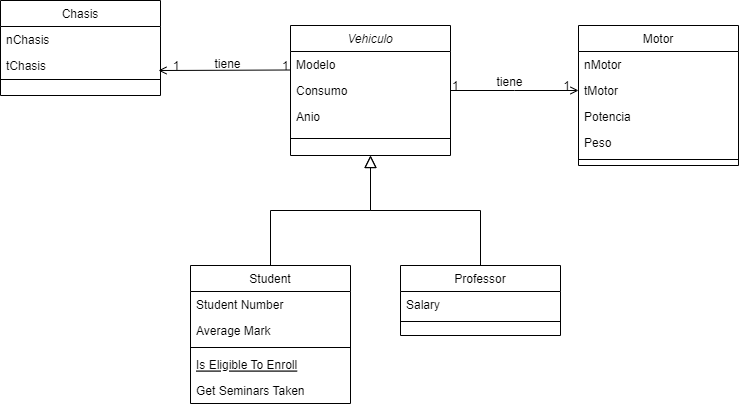
Above: workshop-1/Diagrama de Clase: workshop-1.drawio.png in He1JM/ModelosI2024-1Talleres (draw.io), before the change. Source tidied: cells renumbered, new cells last; positions are measured from the earlier drawing's top-left corner, leaving out a move shared by most shapes.
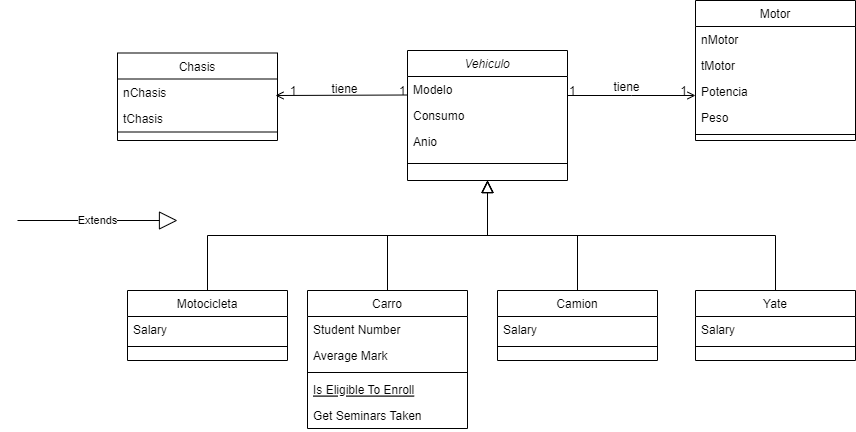
Later version of the same file.

The edit, as a diff of the source:
```diff
@@ -17,7 +17,7 @@
     <mxCell id="6" style="line;html=1;strokeWidth=1;align=left;verticalAlign=middle;spacingTop=-1;spacingLeft=3;spacingRight=3;labelPosition=right;" parent="2" vertex="1">
       <mxGeometry y="104" width="160" height="18" as="geometry" />
     </mxCell>
-    <mxCell id="7" value="Student" style="swimlane;fontStyle=0;align=center;verticalAlign=top;horizontal=1;startSize=26;rounded=0;shadow=0;strokeWidth=1;" parent="1" vertex="1">
+    <mxCell id="7" value="Carro" style="swimlane;fontStyle=0;align=center;verticalAlign=top;horizontal=1;startSize=26;rounded=0;shadow=0;strokeWidth=1;" parent="1" vertex="1">
       <mxGeometry x="190" y="265" width="160" height="138" as="geometry" />
     </mxCell>
     <mxCell id="8" value="Student Number" style="text;align=left;verticalAlign=top;spacingLeft=4;spacingRight=4;overflow=hidden;" parent="7" vertex="1">
@@ -38,8 +38,8 @@
     <mxCell id="13" style="endArrow=block;endSize=10;endFill=0;shadow=0;strokeWidth=1;rounded=0;curved=0;edgeStyle=elbowEdgeStyle;elbow=vertical;" parent="1" edge="1" source="7" target="2">
       <mxGeometry relative="1" as="geometry" />
     </mxCell>
-    <mxCell id="14" value="Professor" style="swimlane;fontStyle=0;align=center;verticalAlign=top;horizontal=1;startSize=26;rounded=0;shadow=0;strokeWidth=1;" parent="1" vertex="1">
-      <mxGeometry x="400" y="265" width="160" height="70" as="geometry" />
+    <mxCell id="14" value="Camion" style="swimlane;fontStyle=0;align=center;verticalAlign=top;horizontal=1;startSize=26;rounded=0;shadow=0;strokeWidth=1;" parent="1" vertex="1">
+      <mxGeometry x="380" y="265" width="160" height="70" as="geometry" />
     </mxCell>
     <mxCell id="15" value="Salary" style="text;align=left;verticalAlign=top;spacingLeft=4;spacingRight=4;overflow=hidden;" parent="14" vertex="1">
       <mxGeometry y="26" width="160" height="26" as="geometry" />
@@ -47,11 +47,8 @@
     <mxCell id="16" style="line;html=1;strokeWidth=1;align=left;verticalAlign=middle;spacingTop=-1;spacingLeft=3;spacingRight=3;labelPosition=right;" parent="14" vertex="1">
       <mxGeometry y="52" width="160" height="8" as="geometry" />
     </mxCell>
-    <mxCell id="17" style="endArrow=block;endSize=10;endFill=0;shadow=0;strokeWidth=1;rounded=0;curved=0;edgeStyle=elbowEdgeStyle;elbow=vertical;" parent="1" edge="1" source="14" target="2">
-      <mxGeometry relative="1" as="geometry" />
-    </mxCell>
     <mxCell id="18" value="Motor" style="swimlane;fontStyle=0;align=center;verticalAlign=top;horizontal=1;startSize=26;rounded=0;shadow=0;strokeWidth=1;" parent="1" vertex="1">
-      <mxGeometry x="578" y="25" width="160" height="140" as="geometry" />
+      <mxGeometry x="578" y="-25" width="160" height="140" as="geometry" />
     </mxCell>
     <mxCell id="19" value="nMotor" style="text;align=left;verticalAlign=top;spacingLeft=4;spacingRight=4;overflow=hidden;" parent="18" vertex="1">
       <mxGeometry y="26" width="160" height="26" as="geometry" />
@@ -111,7 +108,7 @@
       </mxGeometry>
     </mxCell>
     <mxCell id="32" value="Chasis" style="swimlane;fontStyle=0;align=center;verticalAlign=top;horizontal=1;startSize=26;rounded=0;shadow=0;strokeWidth=1;" parent="1" vertex="1">
-      <mxGeometry width="160" height="95" as="geometry" />
+      <mxGeometry y="27.5" width="160" height="87.5" as="geometry" />
     </mxCell>
     <mxCell id="33" value="nChasis" style="text;align=left;verticalAlign=top;spacingLeft=4;spacingRight=4;overflow=hidden;" parent="32" vertex="1">
       <mxGeometry y="26" width="160" height="26" as="geometry" />
@@ -122,5 +119,44 @@
     <mxCell id="35" style="line;html=1;strokeWidth=1;align=left;verticalAlign=middle;spacingTop=-1;spacingLeft=3;spacingRight=3;labelPosition=right;" parent="32" vertex="1">
       <mxGeometry y="78" width="160" height="2" as="geometry" />
     </mxCell>
+    <mxCell id="36" value="Extends" style="endArrow=block;endSize=16;endFill=0;html=1;rounded=0;" parent="1" edge="1">
+      <mxGeometry relative="1" as="geometry">
+        <mxPoint x="-100" y="195" as="sourcePoint" />
+        <mxPoint x="60" y="195" as="targetPoint" />
+      </mxGeometry>
+    </mxCell>
+    <mxCell id="37" value="Yate" style="swimlane;fontStyle=0;align=center;verticalAlign=top;horizontal=1;startSize=26;rounded=0;shadow=0;strokeWidth=1;" parent="1" vertex="1">
+      <mxGeometry x="578" y="265" width="160" height="70" as="geometry" />
+    </mxCell>
+    <mxCell id="38" value="Salary" style="text;align=left;verticalAlign=top;spacingLeft=4;spacingRight=4;overflow=hidden;" parent="37" vertex="1">
+      <mxGeometry y="26" width="160" height="26" as="geometry" />
+    </mxCell>
+    <mxCell id="39" style="line;html=1;strokeWidth=1;align=left;verticalAlign=middle;spacingTop=-1;spacingLeft=3;spacingRight=3;labelPosition=right;" parent="37" vertex="1">
+      <mxGeometry y="52" width="160" height="8" as="geometry" />
+    </mxCell>
+    <mxCell id="40" style="endArrow=block;endSize=10;endFill=0;shadow=0;strokeWidth=1;rounded=0;curved=0;edgeStyle=elbowEdgeStyle;elbow=vertical;exitX=0.5;exitY=0;exitDx=0;exitDy=0;" parent="1" edge="1" source="14">
+      <mxGeometry relative="1" as="geometry">
+        <mxPoint x="370" y="155" as="targetPoint" />
+      </mxGeometry>
+    </mxCell>
+    <mxCell id="41" style="endArrow=block;endSize=10;endFill=0;shadow=0;strokeWidth=1;rounded=0;curved=0;edgeStyle=elbowEdgeStyle;elbow=vertical;exitX=0.5;exitY=0;exitDx=0;exitDy=0;" parent="1" edge="1" source="37">
+      <mxGeometry relative="1" as="geometry">
+        <mxPoint x="370" y="155" as="targetPoint" />
+      </mxGeometry>
+    </mxCell>
+    <mxCell id="42" style="endArrow=block;endSize=10;endFill=0;shadow=0;strokeWidth=1;rounded=0;curved=0;edgeStyle=elbowEdgeStyle;elbow=vertical;exitX=0.5;exitY=0;exitDx=0;exitDy=0;" parent="1" edge="1" source="43">
+      <mxGeometry relative="1" as="geometry">
+        <mxPoint x="370" y="155" as="targetPoint" />
+      </mxGeometry>
+    </mxCell>
+    <mxCell id="43" value="Motocicleta" style="swimlane;fontStyle=0;align=center;verticalAlign=top;horizontal=1;startSize=26;rounded=0;shadow=0;strokeWidth=1;" parent="1" vertex="1">
+      <mxGeometry x="10" y="265" width="160" height="70" as="geometry" />
+    </mxCell>
+    <mxCell id="44" value="Salary" style="text;align=left;verticalAlign=top;spacingLeft=4;spacingRight=4;overflow=hidden;" parent="43" vertex="1">
+      <mxGeometry y="26" width="160" height="26" as="geometry" />
+    </mxCell>
+    <mxCell id="45" style="line;html=1;strokeWidth=1;align=left;verticalAlign=middle;spacingTop=-1;spacingLeft=3;spacingRight=3;labelPosition=right;" parent="43" vertex="1">
+      <mxGeometry y="52" width="160" height="8" as="geometry" />
+    </mxCell>
   </root>
 </mxGraphModel>
```
